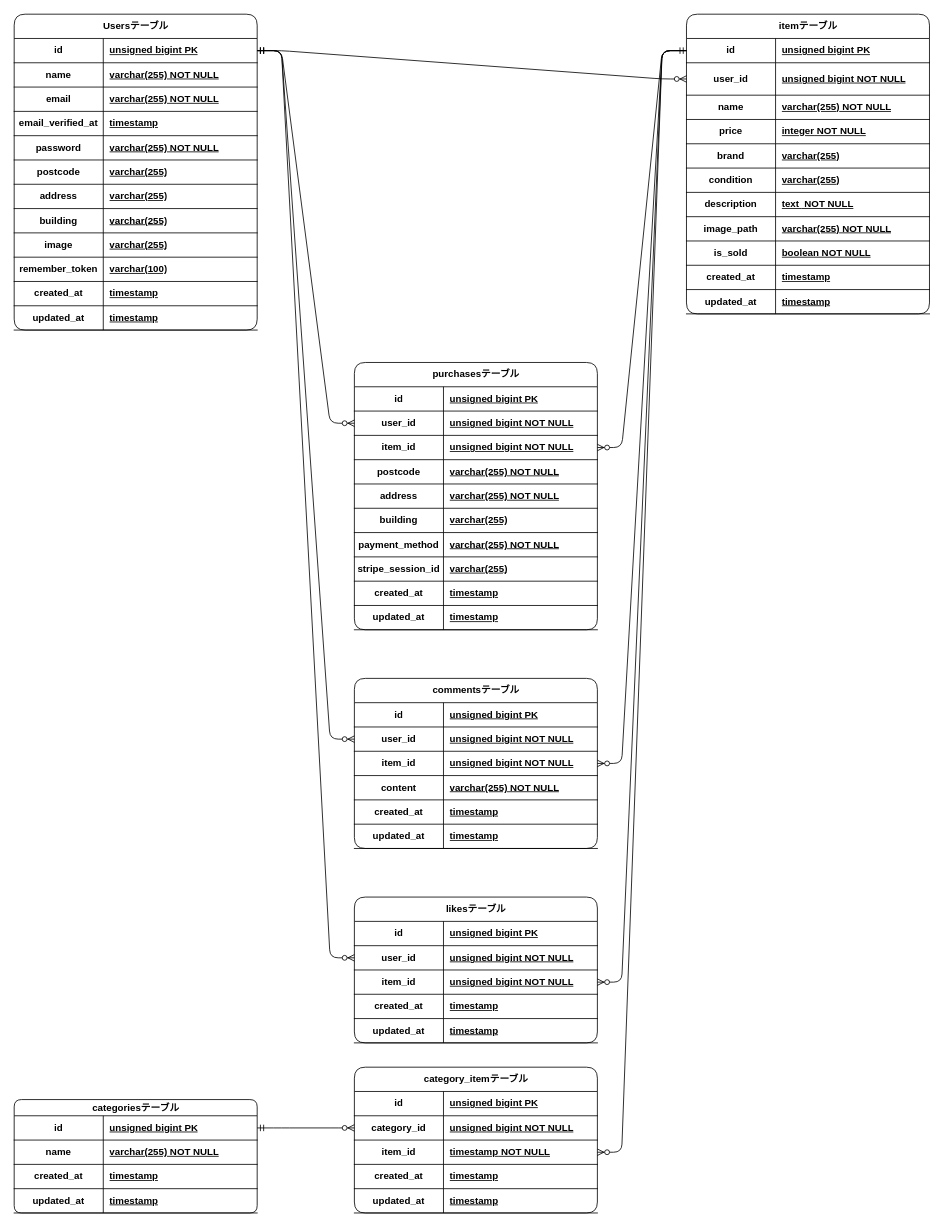
k1128kazu/ikeda_fleamarket keeps this draw.io diagram as docs/er/ER図.drawio. Above is the earlier version. Source tidied: cells renumbered, new cells numbered last; positions are measured from the earlier drawing's top-left corner, leaving out a move shared by most shapes. Both pictures are drawn from the tidied source at 81%, with x=0, y=0 at pixel (14, -23).
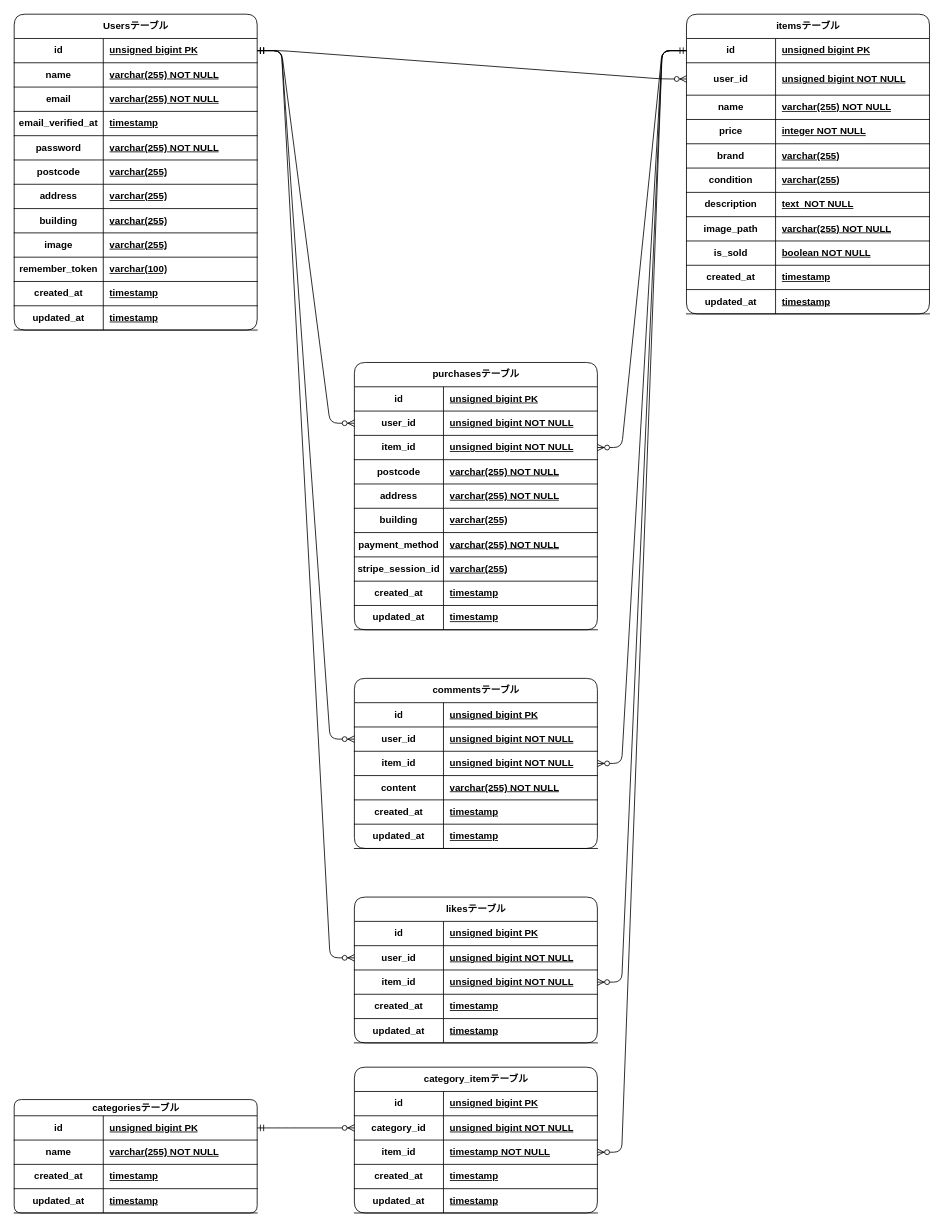
Above is the later version.

What changed in the source:
```diff
@@
-    <mxCell id="39" value="itemテーブル" style="shape=table;startSize=30;childLayout=tableLayout;rowLines=0;fontStyle=1;align=center;html=1;rounded=1;" parent="1" vertex="1">
+    <mxCell id="39" value="itemsテーブル" style="shape=table;startSize=30;childLayout=tableLayout;rowLines=0;fontStyle=1;align=center;html=1;rounded=1;" parent="1" vertex="1">
       <mxGeometry x="830" y="45" width="300" height="370" as="geometry" />
     </mxCell>
```
